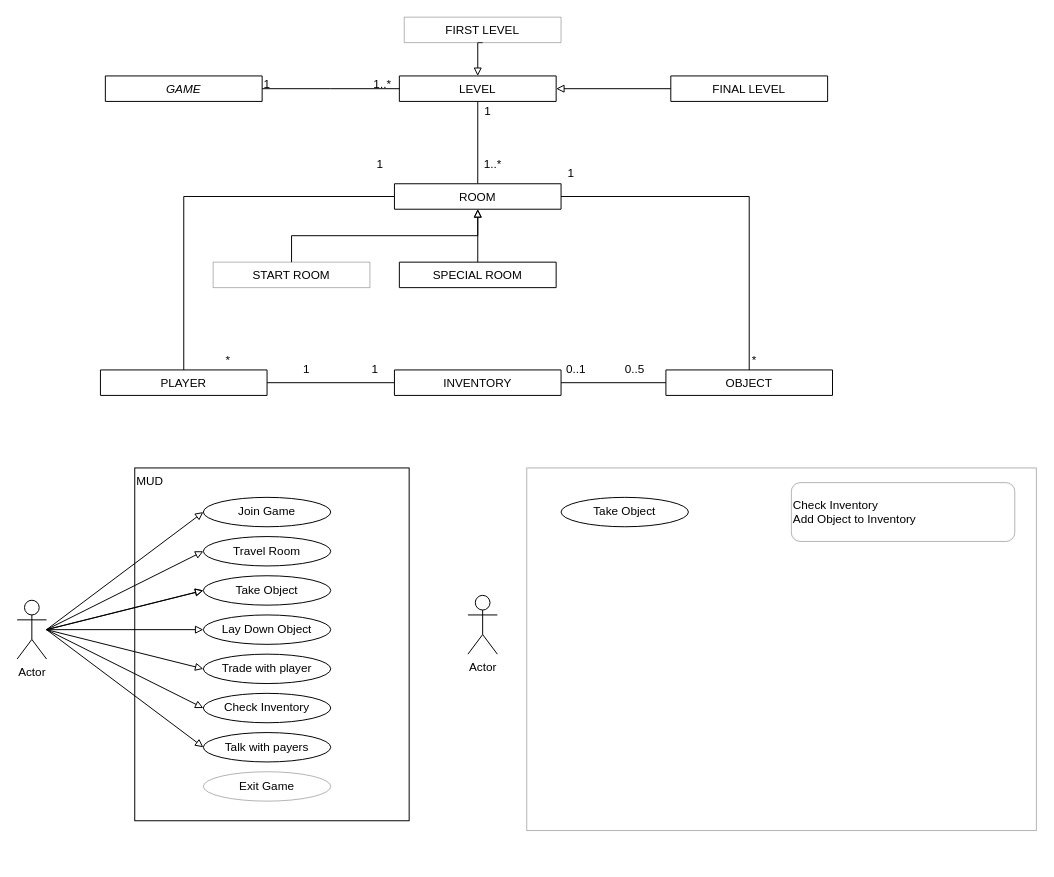
Above: MUD.drawio in rudfor/MUD (draw.io), before the change. Source tidied: cells renumbered, new cells numbered last; positions are measured from the earlier drawing's top-left corner, leaving out a move shared by most shapes. Both pictures are drawn from the tidied source at 98%, with x=0, y=0 at pixel (17, 17).
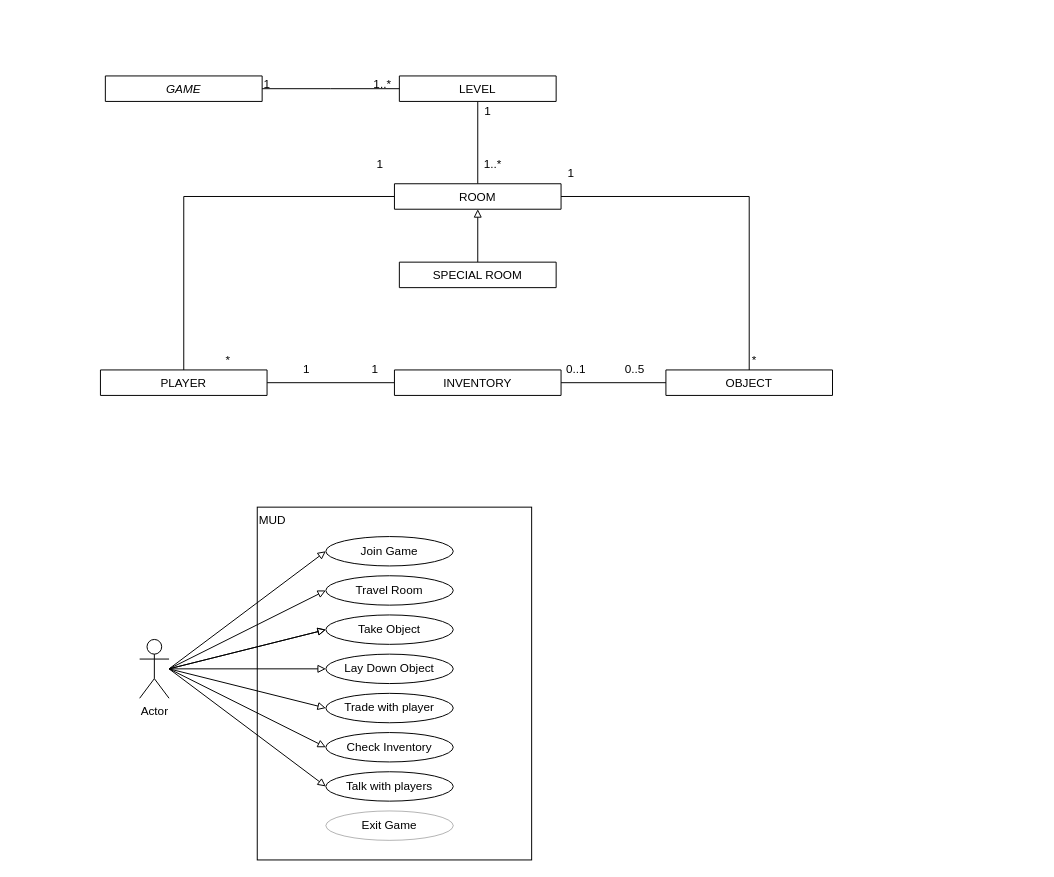
The same diagram, later.

The change refers to these unchanged cells:
```xml
<mxCell id="7" value="LEVEL" style="swimlane;fontStyle=0;align=center;verticalAlign=top;horizontal=1;startSize=26;rounded=0;shadow=0;strokeWidth=1;" parent="1" vertex="1" collapsed="1">
  <mxGeometry x="390" y="60" width="160" height="26" as="geometry" />
</mxCell>
<mxCell id="13" value="ROOM" style="swimlane;fontStyle=0;align=center;verticalAlign=top;horizontal=1;startSize=26;rounded=0;shadow=0;strokeWidth=1;" parent="1" vertex="1" collapsed="1">
  <mxGeometry x="385" y="170" width="170" height="26" as="geometry" />
</mxCell>
```

What changed in the source:
```diff
@@
-    <mxCell id="2" style="rounded=0;whiteSpace=wrap;html=1;opacity=30;" parent="1" vertex="1">
-      <mxGeometry x="520" y="460" width="520" height="370" as="geometry" />
-    </mxCell>
     <mxCell id="3" value="MUD" style="rounded=0;whiteSpace=wrap;html=1;align=left;verticalAlign=top;" parent="1" vertex="1">
-      <mxGeometry x="120" y="460" width="280" height="360" as="geometry" />
+      <mxGeometry x="245" y="500" width="280" height="360" as="geometry" />
     </mxCell>
@@
-    <mxCell id="31" style="edgeStyle=orthogonalEdgeStyle;rounded=0;jettySize=auto;html=1;exitX=0.5;exitY=0;exitDx=0;exitDy=0;entryX=0.5;entryY=1;entryDx=0;entryDy=0;startArrow=none;startFill=0;endArrow=block;endFill=0;" parent="1" edge="1" source="32" target="13">
-      <mxGeometry relative="1" as="geometry" />
-    </mxCell>
-    <mxCell id="32" value="START ROOM" style="swimlane;fontStyle=0;align=center;verticalAlign=top;horizontal=1;startSize=26;rounded=0;shadow=0;strokeWidth=1;opacity=30;" parent="1" vertex="1" collapsed="1">
-      <mxGeometry x="200" y="250" width="160" height="26" as="geometry" />
-    </mxCell>
-    <mxCell id="33" value="FINAL LEVEL" style="swimlane;fontStyle=0;align=center;verticalAlign=top;horizontal=1;startSize=26;rounded=0;shadow=0;strokeWidth=1;" parent="1" vertex="1" collapsed="1">
-      <mxGeometry x="667" y="60" width="160" height="26" as="geometry" />
-    </mxCell>
-    <mxCell id="34" style="edgeStyle=orthogonalEdgeStyle;rounded=0;jettySize=auto;html=1;entryX=0;entryY=0.5;entryDx=0;entryDy=0;endArrow=none;endFill=0;startArrow=block;startFill=0;exitX=1;exitY=0.5;exitDx=0;exitDy=0;" parent="1" edge="1" source="7" target="33">
-      <mxGeometry relative="1" as="geometry" />
-    </mxCell>
-    <mxCell id="35" style="edgeStyle=orthogonalEdgeStyle;rounded=0;jettySize=auto;html=1;exitX=0.5;exitY=1;exitDx=0;exitDy=0;entryX=0.5;entryY=0;entryDx=0;entryDy=0;startArrow=none;startFill=0;endArrow=block;endFill=0;" parent="1" edge="1" source="36" target="7">
-      <mxGeometry relative="1" as="geometry" />
-    </mxCell>
-    <mxCell id="36" value="FIRST LEVEL" style="swimlane;fontStyle=0;align=center;verticalAlign=top;horizontal=1;startSize=26;rounded=0;shadow=0;strokeWidth=1;opacity=30;" parent="1" vertex="1" collapsed="1">
-      <mxGeometry x="395" width="160" height="26" as="geometry" />
-    </mxCell>
     <mxCell id="37" style="edgeStyle=none;rounded=0;jettySize=auto;html=1;entryX=0;entryY=0.5;entryDx=0;entryDy=0;startArrow=none;startFill=0;endArrow=block;endFill=0;" parent="1" edge="1" target="50">
       <mxGeometry relative="1" as="geometry">
-        <mxPoint x="30" y="625" as="sourcePoint" />
+        <mxPoint x="155" y="665" as="sourcePoint" />
       </mxGeometry>
     </mxCell>
     <mxCell id="38" style="edgeStyle=none;rounded=0;jettySize=auto;html=1;entryX=0;entryY=0.5;entryDx=0;entryDy=0;startArrow=none;startFill=0;endArrow=block;endFill=0;" parent="1" edge="1" target="46">
       <mxGeometry relative="1" as="geometry">
-        <mxPoint x="30" y="625" as="sourcePoint" />
+        <mxPoint x="155" y="665" as="sourcePoint" />
       </mxGeometry>
     </mxCell>
     <mxCell id="39" style="edgeStyle=none;rounded=0;jettySize=auto;html=1;entryX=0;entryY=0.5;entryDx=0;entryDy=0;startArrow=none;startFill=0;endArrow=block;endFill=0;" parent="1" edge="1" target="46">
       <mxGeometry relative="1" as="geometry">
-        <mxPoint x="30" y="625" as="sourcePoint" />
+        <mxPoint x="155" y="665" as="sourcePoint" />
       </mxGeometry>
     </mxCell>
@@
     <mxCell id="41" style="edgeStyle=none;rounded=0;jettySize=auto;html=1;entryX=0;entryY=0.5;entryDx=0;entryDy=0;startArrow=none;startFill=0;endArrow=block;endFill=0;" parent="1" edge="1" target="51">
       <mxGeometry relative="1" as="geometry">
-        <mxPoint x="30" y="625" as="sourcePoint" />
+        <mxPoint x="155" y="665" as="sourcePoint" />
       </mxGeometry>
     </mxCell>
     <mxCell id="42" style="edgeStyle=none;rounded=0;jettySize=auto;html=1;entryX=0;entryY=0.5;entryDx=0;entryDy=0;startArrow=none;startFill=0;endArrow=block;endFill=0;" parent="1" edge="1" target="52">
       <mxGeometry relative="1" as="geometry">
-        <mxPoint x="30" y="625" as="sourcePoint" />
+        <mxPoint x="155" y="665" as="sourcePoint" />
       </mxGeometry>
     </mxCell>
     <mxCell id="43" style="edgeStyle=none;rounded=0;jettySize=auto;html=1;entryX=0;entryY=0.5;entryDx=0;entryDy=0;startArrow=none;startFill=0;endArrow=block;endFill=0;" parent="1" edge="1" target="53">
       <mxGeometry relative="1" as="geometry">
-        <mxPoint x="30" y="625" as="sourcePoint" />
+        <mxPoint x="155" y="665" as="sourcePoint" />
       </mxGeometry>
     </mxCell>
     <mxCell id="44" value="Actor" style="shape=umlActor;verticalLabelPosition=bottom;verticalAlign=top;html=1;outlineConnect=0;" parent="1" vertex="1">
-      <mxGeometry y="595" width="30" height="60" as="geometry" />
+      <mxGeometry x="125" y="635" width="30" height="60" as="geometry" />
     </mxCell>
     <mxCell id="45" value="Join Game" style="ellipse;whiteSpace=wrap;html=1;" parent="1" vertex="1">
-      <mxGeometry x="190" y="490" width="130" height="30" as="geometry" />
+      <mxGeometry x="315" y="530" width="130" height="30" as="geometry" />
     </mxCell>
     <mxCell id="46" value="Take Object" style="ellipse;whiteSpace=wrap;html=1;" parent="1" vertex="1">
-      <mxGeometry x="190" y="570" width="130" height="30" as="geometry" />
+      <mxGeometry x="315" y="610" width="130" height="30" as="geometry" />
     </mxCell>
     <mxCell id="47" value="Lay Down Object" style="ellipse;whiteSpace=wrap;html=1;" parent="1" vertex="1">
-      <mxGeometry x="190" y="610" width="130" height="30" as="geometry" />
+      <mxGeometry x="315" y="650" width="130" height="30" as="geometry" />
     </mxCell>
-    <mxCell id="48" value="Actor" style="shape=umlActor;verticalLabelPosition=bottom;verticalAlign=top;html=1;" parent="1" vertex="1">
-      <mxGeometry x="460" y="590" width="30" height="60" as="geometry" />
-    </mxCell>
     <mxCell id="49" style="rounded=0;jettySize=auto;html=1;startArrow=none;startFill=0;endArrow=block;endFill=0;entryX=0;entryY=0.5;entryDx=0;entryDy=0;" parent="1" edge="1" target="45">
       <mxGeometry relative="1" as="geometry">
-        <mxPoint x="30" y="625" as="sourcePoint" />
+        <mxPoint x="155" y="665" as="sourcePoint" />
       </mxGeometry>
     </mxCell>
     <mxCell id="50" value="Travel Room" style="ellipse;whiteSpace=wrap;html=1;" parent="1" vertex="1">
-      <mxGeometry x="190" y="530" width="130" height="30" as="geometry" />
+      <mxGeometry x="315" y="570" width="130" height="30" as="geometry" />
     </mxCell>
     <mxCell id="51" value="Trade with player" style="ellipse;whiteSpace=wrap;html=1;" parent="1" vertex="1">
-      <mxGeometry x="190" y="650" width="130" height="30" as="geometry" />
+      <mxGeometry x="315" y="690" width="130" height="30" as="geometry" />
     </mxCell>
     <mxCell id="52" value="Check Inventory" style="ellipse;whiteSpace=wrap;html=1;" parent="1" vertex="1">
-      <mxGeometry x="190" y="690" width="130" height="30" as="geometry" />
+      <mxGeometry x="315" y="730" width="130" height="30" as="geometry" />
     </mxCell>
-    <mxCell id="53" value="Talk with payers" style="ellipse;whiteSpace=wrap;html=1;" parent="1" vertex="1">
-      <mxGeometry x="190" y="730" width="130" height="30" as="geometry" />
+    <mxCell id="53" value="Talk with players" style="ellipse;whiteSpace=wrap;html=1;" parent="1" vertex="1">
+      <mxGeometry x="315" y="770" width="130" height="30" as="geometry" />
     </mxCell>
     <mxCell id="54" value="Exit Game" style="ellipse;whiteSpace=wrap;html=1;opacity=30;" parent="1" vertex="1">
-      <mxGeometry x="190" y="770" width="130" height="30" as="geometry" />
+      <mxGeometry x="315" y="810" width="130" height="30" as="geometry" />
     </mxCell>
-    <mxCell id="55" value="Take Object" style="ellipse;whiteSpace=wrap;html=1;" parent="1" vertex="1">
-      <mxGeometry x="555" y="490" width="130" height="30" as="geometry" />
-    </mxCell>
-    <mxCell id="56" value="Check Inventory&lt;br&gt;Add Object to Inventory&lt;br&gt;" style="rounded=1;whiteSpace=wrap;html=1;opacity=30;align=left;" parent="1" vertex="1">
-      <mxGeometry x="790" y="475" width="228" height="60" as="geometry" />
-    </mxCell>
```
